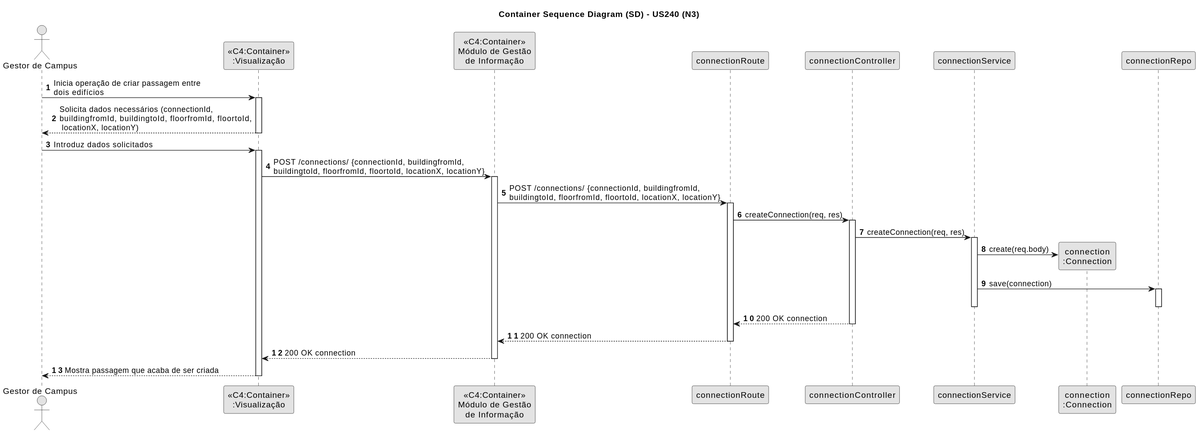
This is docs/1211171/us240/SD-N3-US240.svg from pedrocmesquita/RobDroneGo, a PlantUML export, as it was before one commit.
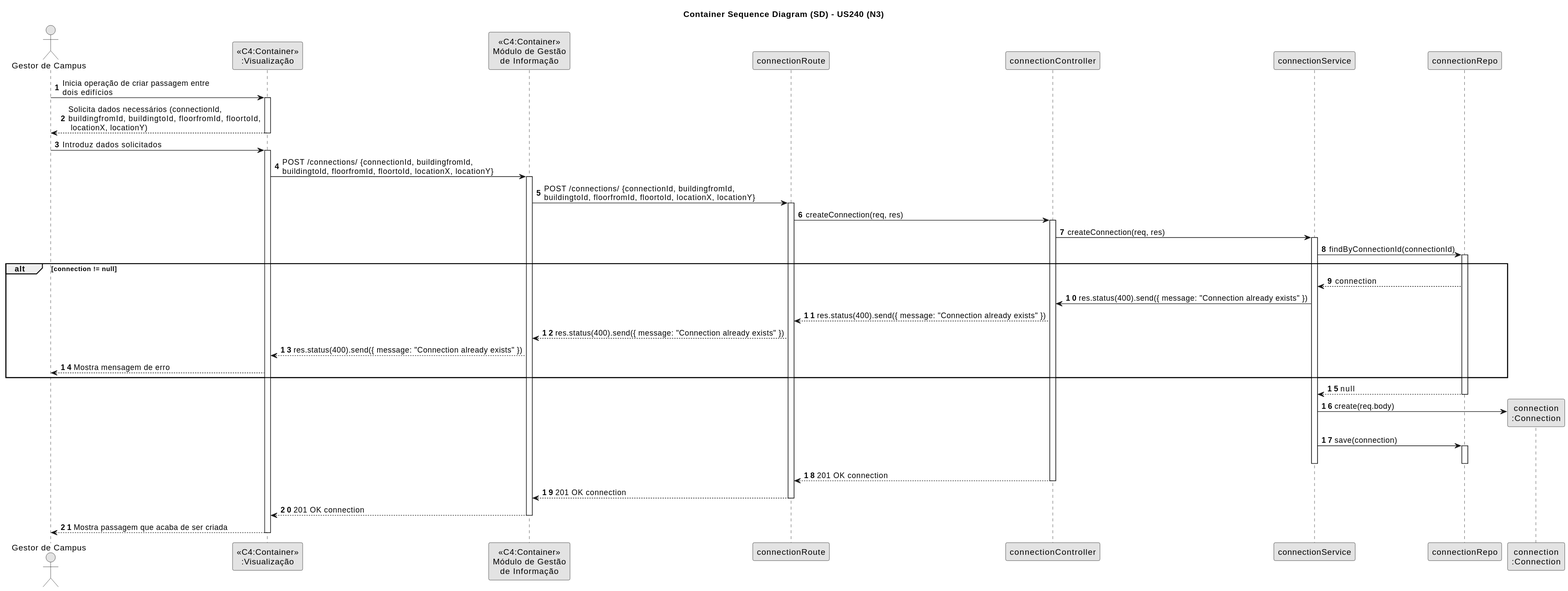
The same file after the commit.

Change to the diagram source:
```diff
@@ -25,16 +25,29 @@
 activate connectionController
 connectionController -> connectionService: createConnection(req, res)
 activate connectionService
+connectionService -> connectionRepo: findByConnectionId(connectionId)
+activate connectionRepo
+alt connection != null
+connectionRepo --> connectionService: connection
+connectionService -> connectionController: res.status(400).send({ message: "Connection already exists" })
+connectionController --> connectionRoute: res.status(400).send({ message: "Connection already exists" })
+connectionRoute --> "<<C4:Container>>\nMódulo de Gestão\nde Informação": res.status(400).send({ message: "Connection already exists" })
+"<<C4:Container>>\nMódulo de Gestão\nde Informação" --> "<<C4:Container>>\n:Visualização": res.status(400).send({ message: "Connection already exists" })
+"<<C4:Container>>\n:Visualização" --> "Gestor de Campus": Mostra mensagem de erro
+
+end
+connectionRepo --> connectionService: null
+deactivate connectionRepo
 connectionService -> "connection\n:Connection"**: create(req.body)
 connectionService -> connectionRepo: save(connection)
 activate connectionRepo
 deactivate connectionRepo
 deactivate connectionService
-connectionController --> connectionRoute : 200 OK connection
+connectionController --> connectionRoute : 201 OK connection
 deactivate connectionController
-connectionRoute --> "<<C4:Container>>\nMódulo de Gestão\nde Informação" : 200 OK connection
+connectionRoute --> "<<C4:Container>>\nMódulo de Gestão\nde Informação" : 201 OK connection
 deactivate connectionRoute
-"<<C4:Container>>\nMódulo de Gestão\nde Informação" --> "<<C4:Container>>\n:Visualização": 200 OK connection
+"<<C4:Container>>\nMódulo de Gestão\nde Informação" --> "<<C4:Container>>\n:Visualização": 201 OK connection
 deactivate "<<C4:Container>>\nMódulo de Gestão\nde Informação"
 "Gestor de Campus" <-- "<<C4:Container>>\n:Visualização": Mostra passagem que acaba de ser criada
 deactivate "<<C4:Container>>\n:Visualização"
```
